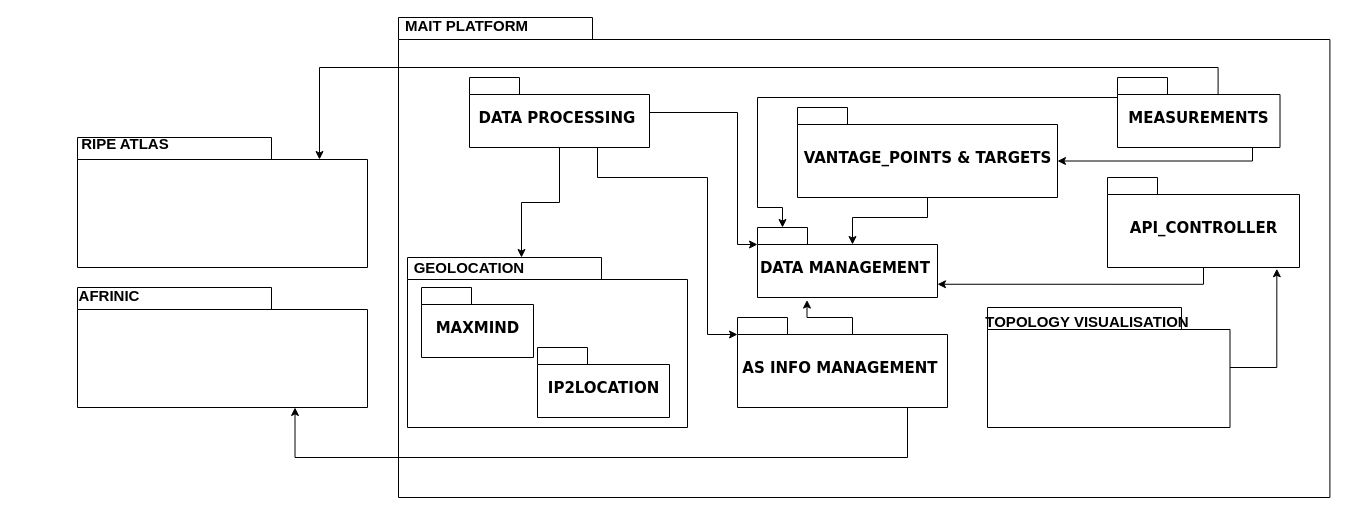
EliasSih/MAIT- keeps this draw.io diagram as PackageMAIT.drawio. Above is the earlier version. Source tidied: cells renumbered, new cells numbered last; positions are measured from the earlier drawing's top-left corner, leaving out a move shared by most shapes. Both pictures are drawn from the tidied source at 100%, with x=0, y=0 at pixel (17, 17).
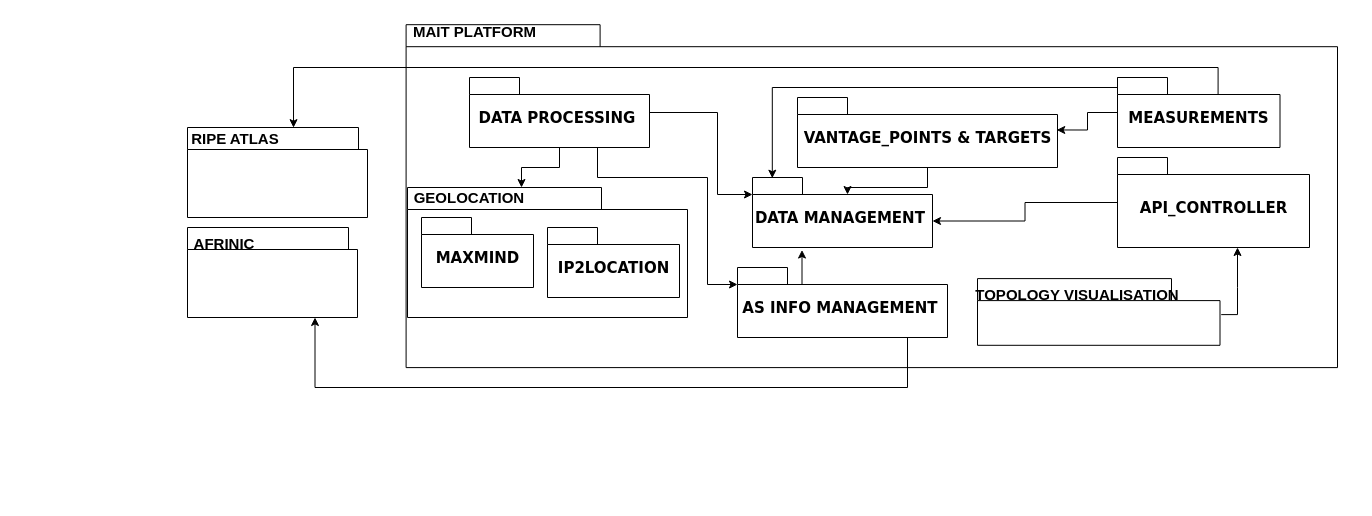
After the change.

Unchanged cells that the change refers to:
```xml
<mxCell id="9" value="DATA PROCESSING&amp;nbsp;" style="shape=folder;fontStyle=1;spacingTop=10;tabWidth=50;tabHeight=17;tabPosition=left;html=1;rounded=0;shadow=0;comic=0;labelBackgroundColor=none;strokeWidth=1;fontFamily=Verdana;fontSize=15;align=center;" parent="1" vertex="1">
  <mxGeometry x="452" y="60" width="180" height="70" as="geometry" />
</mxCell>
<mxCell id="17" value="MEASUREMENTS" style="shape=folder;fontStyle=1;spacingTop=10;tabWidth=50;tabHeight=17;tabPosition=left;html=1;rounded=0;shadow=0;comic=0;labelBackgroundColor=none;strokeWidth=1;fontFamily=Verdana;fontSize=15;align=center;" parent="1" vertex="1">
  <mxGeometry x="1100" y="60" width="162.5" height="70" as="geometry" />
</mxCell>
<mxCell id="19" style="group;" parent="18" vertex="1">
  <mxGeometry x="10" width="280" height="170" as="geometry" />
</mxCell>
```

The edit, as a diff of the source:
```diff
@@
     <mxCell id="2" value="DATA MANAGEMENT&amp;nbsp;" style="shape=folder;fontStyle=1;spacingTop=10;tabWidth=50;tabHeight=17;tabPosition=left;html=1;rounded=0;shadow=0;comic=0;labelBackgroundColor=none;strokeWidth=1;fontFamily=Verdana;fontSize=15;align=center;" parent="1" vertex="1">
-      <mxGeometry x="740" y="210" width="180" height="70" as="geometry" />
+      <mxGeometry x="735" y="160" width="180" height="70" as="geometry" />
     </mxCell>
@@
     <mxCell id="4" style="edgeStyle=orthogonalEdgeStyle;rounded=0;jettySize=auto;html=1;fontSize=15;entryX=0.75;entryY=1;entryDx=0;entryDy=0;entryPerimeter=0;" parent="1" edge="1" source="5" target="28">
       <mxGeometry relative="1" as="geometry">
         <Array as="points">
-          <mxPoint x="890" y="440" />
-          <mxPoint x="277" y="440" />
+          <mxPoint x="890" y="370" />
+          <mxPoint x="298" y="370" />
         </Array>
       </mxGeometry>
     </mxCell>
     <mxCell id="5" value="AS INFO MANAGEMENT&amp;nbsp;" style="shape=folder;fontStyle=1;spacingTop=10;tabWidth=50;tabHeight=17;tabPosition=left;html=1;rounded=0;shadow=0;comic=0;labelBackgroundColor=none;strokeWidth=1;fontFamily=Verdana;fontSize=15;align=center;" parent="1" vertex="1">
-      <mxGeometry x="720" y="300" width="210" height="90" as="geometry" />
+      <mxGeometry x="720" y="250" width="210" height="70" as="geometry" />
     </mxCell>
-    <mxCell id="6" style="edgeStyle=orthogonalEdgeStyle;rounded=0;jettySize=auto;html=1;entryX=0;entryY=0;entryDx=0;entryDy=17;entryPerimeter=0;fontSize=15;" parent="1" edge="1" source="9" target="2">
-      <mxGeometry relative="1" as="geometry">
-        <Array as="points">
-          <mxPoint x="720" y="95" />
-          <mxPoint x="720" y="227" />
-        </Array>
-      </mxGeometry>
-    </mxCell>
@@
     <mxCell id="8" style="edgeStyle=orthogonalEdgeStyle;rounded=0;jettySize=auto;html=1;entryX=0;entryY=0;entryDx=0;entryDy=17;entryPerimeter=0;" parent="1" edge="1" source="9" target="5">
       <mxGeometry relative="1" as="geometry">
         <Array as="points">
           <mxPoint x="580" y="160" />
           <mxPoint x="690" y="160" />
-          <mxPoint x="690" y="317" />
+          <mxPoint x="690" y="267" />
         </Array>
       </mxGeometry>
     </mxCell>
+    <mxCell id="6" style="edgeStyle=orthogonalEdgeStyle;rounded=0;jettySize=auto;html=1;entryX=0;entryY=0;entryDx=0;entryDy=17;entryPerimeter=0;" parent="1" edge="1" source="9" target="2">
+      <mxGeometry relative="1" as="geometry">
+        <Array as="points">
+          <mxPoint x="700" y="95" />
+          <mxPoint x="700" y="177" />
+        </Array>
+      </mxGeometry>
+    </mxCell>
@@
     <mxCell id="10" style="edgeStyle=orthogonalEdgeStyle;rounded=0;jettySize=auto;html=1;entryX=0;entryY=0;entryDx=95;entryDy=17;entryPerimeter=0;fontSize=15;" parent="1" edge="1" source="11" target="2">
-      <mxGeometry relative="1" as="geometry" />
+      <mxGeometry relative="1" as="geometry">
+        <Array as="points">
+          <mxPoint x="910" y="170" />
+          <mxPoint x="830" y="170" />
+        </Array>
+      </mxGeometry>
     </mxCell>
     <mxCell id="11" value="VANTAGE_POINTS &amp;amp; TARGETS" style="shape=folder;fontStyle=1;spacingTop=10;tabWidth=50;tabHeight=17;tabPosition=left;html=1;rounded=0;shadow=0;comic=0;labelBackgroundColor=none;strokeWidth=1;fontFamily=Verdana;fontSize=15;align=center;" parent="1" vertex="1">
-      <mxGeometry x="780" y="90" width="260" height="90" as="geometry" />
+      <mxGeometry x="780" y="80" width="260" height="70" as="geometry" />
     </mxCell>
-    <mxCell id="12" style="edgeStyle=orthogonalEdgeStyle;rounded=0;jettySize=auto;html=1;fontSize=15;entryX=0;entryY=0;entryDx=180;entryDy=56.75;entryPerimeter=0;" parent="1" edge="1" source="13" target="2">
-      <mxGeometry relative="1" as="geometry">
-        <Array as="points">
-          <mxPoint x="1186" y="267" />
-        </Array>
-      </mxGeometry>
+    <mxCell id="12" style="edgeStyle=orthogonalEdgeStyle;rounded=0;jettySize=auto;html=1;entryX=0;entryY=0;entryDx=180;entryDy=43.5;entryPerimeter=0;" parent="1" edge="1" source="13" target="2">
+      <mxGeometry relative="1" as="geometry" />
     </mxCell>
     <mxCell id="13" value="API_CONTROLLER" style="shape=folder;fontStyle=1;spacingTop=10;tabWidth=50;tabHeight=17;tabPosition=left;html=1;rounded=0;shadow=0;comic=0;labelBackgroundColor=none;strokeWidth=1;fontFamily=Verdana;fontSize=15;align=center;" parent="1" vertex="1">
-      <mxGeometry x="1090" y="160" width="192" height="90" as="geometry" />
+      <mxGeometry x="1100" y="140" width="192" height="90" as="geometry" />
     </mxCell>
-    <mxCell id="14" style="edgeStyle=orthogonalEdgeStyle;rounded=0;jettySize=auto;html=1;entryX=0;entryY=0;entryDx=242;entryDy=22;entryPerimeter=0;exitX=0.619;exitY=0.271;exitDx=0;exitDy=0;exitPerimeter=0;fontSize=15;" parent="1" edge="1" source="17" target="25">
+    <mxCell id="14" style="edgeStyle=orthogonalEdgeStyle;rounded=0;jettySize=auto;html=1;entryX=0.589;entryY=0.002;entryDx=0;entryDy=0;entryPerimeter=0;exitX=0.619;exitY=0.271;exitDx=0;exitDy=0;exitPerimeter=0;fontSize=15;" parent="1" edge="1" source="17" target="25">
       <mxGeometry relative="1" as="geometry">
         <Array as="points">
           <mxPoint x="1201" y="50" />
-          <mxPoint x="302" y="50" />
+          <mxPoint x="276" y="50" />
         </Array>
       </mxGeometry>
     </mxCell>
-    <mxCell id="15" style="edgeStyle=orthogonalEdgeStyle;rounded=0;jettySize=auto;html=1;entryX=0;entryY=0;entryDx=25;entryDy=0;entryPerimeter=0;fontSize=15;" parent="1" edge="1" source="17" target="2">
+    <mxCell id="15" style="edgeStyle=orthogonalEdgeStyle;rounded=0;jettySize=auto;html=1;entryX=0.11;entryY=0.01;entryDx=0;entryDy=0;entryPerimeter=0;fontSize=15;" parent="1" edge="1" target="2">
       <mxGeometry relative="1" as="geometry">
+        <mxPoint x="1100" y="60" as="sourcePoint" />
         <Array as="points">
-          <mxPoint x="740" y="80" />
-          <mxPoint x="740" y="190" />
-          <mxPoint x="765" y="190" />
+          <mxPoint x="1100" y="70" />
+          <mxPoint x="755" y="70" />
         </Array>
       </mxGeometry>
     </mxCell>
-    <mxCell id="16" style="edgeStyle=orthogonalEdgeStyle;rounded=0;jettySize=auto;html=1;fontSize=15;entryX=0;entryY=0;entryDx=260;entryDy=53.5;entryPerimeter=0;" parent="1" edge="1" source="17" target="11">
-      <mxGeometry relative="1" as="geometry">
-        <Array as="points">
-          <mxPoint x="1235" y="144" />
-        </Array>
-      </mxGeometry>
+    <mxCell id="16" style="edgeStyle=orthogonalEdgeStyle;rounded=0;jettySize=auto;html=1;entryX=0.997;entryY=0.464;entryDx=0;entryDy=0;entryPerimeter=0;" parent="1" edge="1" source="17" target="11">
+      <mxGeometry relative="1" as="geometry" />
     </mxCell>
@@
     <mxCell id="18" style="group;" parent="1" vertex="1">
-      <mxGeometry x="380" y="240" width="290" height="210" as="geometry" />
+      <mxGeometry x="380" y="170" width="290" height="210" as="geometry" />
     </mxCell>
@@
     <mxCell id="20" style="shape=folder;fontStyle=1;spacingTop=10;tabWidth=194;tabHeight=22;tabPosition=left;html=1;rounded=0;shadow=0;comic=0;labelBackgroundColor=none;strokeWidth=1;fillColor=none;fontFamily=Verdana;fontSize=15;align=center;" parent="19" vertex="1">
-      <mxGeometry width="280" height="170" as="geometry" />
+      <mxGeometry width="280" height="130" as="geometry" />
     </mxCell>
@@
     <mxCell id="23" value="IP2LOCATION" style="shape=folder;fontStyle=1;spacingTop=10;tabWidth=50;tabHeight=17;tabPosition=left;html=1;rounded=0;shadow=0;comic=0;labelBackgroundColor=none;strokeWidth=1;fontFamily=Verdana;fontSize=15;align=center;" parent="19" vertex="1">
-      <mxGeometry x="130" y="90" width="132" height="70" as="geometry" />
+      <mxGeometry x="140" y="40" width="132" height="70" as="geometry" />
     </mxCell>
     <mxCell id="24" style="group;" parent="1" vertex="1">
-      <mxGeometry x="60" y="120" width="290" height="130" as="geometry" />
+      <mxGeometry x="170" y="110" width="180" height="90" as="geometry" />
     </mxCell>
     <mxCell id="25" style="shape=folder;fontStyle=1;spacingTop=10;tabWidth=194;tabHeight=22;tabPosition=left;html=1;rounded=0;shadow=0;comic=0;labelBackgroundColor=none;strokeWidth=1;fillColor=none;fontFamily=Verdana;fontSize=15;align=center;" parent="24" vertex="1">
-      <mxGeometry width="290" height="130" as="geometry" />
+      <mxGeometry width="180" height="90" as="geometry" />
     </mxCell>
     <mxCell id="26" value="&lt;b&gt;RIPE ATLAS&amp;nbsp;&lt;/b&gt;" style="text;html=1;strokeColor=none;fillColor=none;align=center;verticalAlign=middle;whiteSpace=wrap;rounded=0;fontSize=15;" parent="24" vertex="1">
-      <mxGeometry width="100" height="12.4" as="geometry" />
+      <mxGeometry y="6.9" width="100" height="8.6" as="geometry" />
     </mxCell>
     <mxCell id="27" style="group;" parent="1" vertex="1">
-      <mxGeometry y="270" width="350" height="120" as="geometry" />
+      <mxGeometry y="210" width="350" height="120" as="geometry" />
     </mxCell>
     <mxCell id="28" style="shape=folder;fontStyle=1;spacingTop=10;tabWidth=194;tabHeight=22;tabPosition=left;html=1;rounded=0;shadow=0;comic=0;labelBackgroundColor=none;strokeWidth=1;fillColor=none;fontFamily=Verdana;fontSize=15;align=center;" parent="27" vertex="1">
-      <mxGeometry x="60" width="290" height="120" as="geometry" />
+      <mxGeometry x="170" width="170" height="90" as="geometry" />
     </mxCell>
     <mxCell id="29" value="AFRINIC" style="text;html=1;strokeColor=none;fillColor=none;align=center;verticalAlign=middle;whiteSpace=wrap;rounded=0;fontSize=15;fontStyle=1;" parent="27" vertex="1">
-      <mxGeometry y="2.3" width="184" height="11.4" as="geometry" />
+      <mxGeometry x="170" y="10" width="74" height="11.4" as="geometry" />
     </mxCell>
@@
-    <mxCell id="31" style="edgeStyle=orthogonalEdgeStyle;rounded=0;jettySize=auto;html=1;entryX=0.882;entryY=1.014;entryDx=0;entryDy=0;entryPerimeter=0;" parent="1" edge="1" source="33" target="13">
-      <mxGeometry relative="1" as="geometry">
-        <Array as="points">
-          <mxPoint x="1259" y="350" />
-        </Array>
-      </mxGeometry>
-    </mxCell>
     <mxCell id="32" style="group;" parent="1" vertex="1">
-      <mxGeometry x="1020" y="280" width="242.5" height="140" as="geometry" />
+      <mxGeometry x="1010" y="250" width="320" height="200" as="geometry" />
     </mxCell>
     <mxCell id="33" style="shape=folder;fontStyle=1;spacingTop=10;tabWidth=194;tabHeight=22;tabPosition=left;html=1;rounded=0;shadow=0;comic=0;labelBackgroundColor=none;strokeWidth=1;fillColor=none;fontFamily=Verdana;fontSize=15;align=center;" parent="32" vertex="1">
-      <mxGeometry x="-50" y="10" width="242.5" height="120" as="geometry" />
+      <mxGeometry x="-50" y="11.1" width="242.5" height="66.7" as="geometry" />
     </mxCell>
     <mxCell id="34" value="TOPOLOGY VISUALISATION" style="text;html=1;strokeColor=none;fillColor=none;align=center;verticalAlign=middle;whiteSpace=wrap;rounded=0;fontSize=15;fontStyle=1;" parent="32" vertex="1">
-      <mxGeometry x="-60" y="14" width="220" height="20" as="geometry" />
+      <mxGeometry x="-60" y="15.6" width="220" height="22.2" as="geometry" />
     </mxCell>
-    <mxCell id="35" style="group;" parent="1" vertex="1">
-      <mxGeometry x="360" width="970" height="480" as="geometry" />
+    <mxCell id="35" style="group;" parent="32" vertex="1">
+      <mxGeometry x="-642.4" y="-242.8" width="970" height="455.6" as="geometry" />
     </mxCell>
     <mxCell id="36" style="group;" parent="35" vertex="1">
-      <mxGeometry x="-17.6" width="970" height="480" as="geometry" />
+      <mxGeometry x="-17.6" width="970" height="380" as="geometry" />
     </mxCell>
     <mxCell id="37" style="shape=folder;fontStyle=1;spacingTop=10;tabWidth=194;tabHeight=22;tabPosition=left;html=1;rounded=0;shadow=0;comic=0;labelBackgroundColor=none;strokeWidth=1;fillColor=none;fontFamily=Verdana;fontSize=15;align=center;" parent="36" vertex="1">
-      <mxGeometry x="38.6" width="931.4" height="480" as="geometry" />
+      <mxGeometry x="38.6" width="931.4" height="342.9" as="geometry" />
     </mxCell>
     <mxCell id="38" value="MAIT PLATFORM" style="text;html=1;strokeColor=none;fillColor=none;align=center;verticalAlign=middle;whiteSpace=wrap;rounded=0;fontSize=15;fontStyle=1;" parent="36" vertex="1">
-      <mxGeometry width="215.1" height="16.8" as="geometry" />
+      <mxGeometry width="215.1" height="13.3" as="geometry" />
     </mxCell>
+    <mxCell id="31" style="edgeStyle=orthogonalEdgeStyle;rounded=0;jettySize=auto;html=1;exitX=1.005;exitY=0.54;exitDx=0;exitDy=0;exitPerimeter=0;" parent="1" edge="1" source="33" target="13">
+      <mxGeometry relative="1" as="geometry">
+        <Array as="points">
+          <mxPoint x="1220" y="270" />
+          <mxPoint x="1220" y="270" />
+        </Array>
+      </mxGeometry>
+    </mxCell>
```
